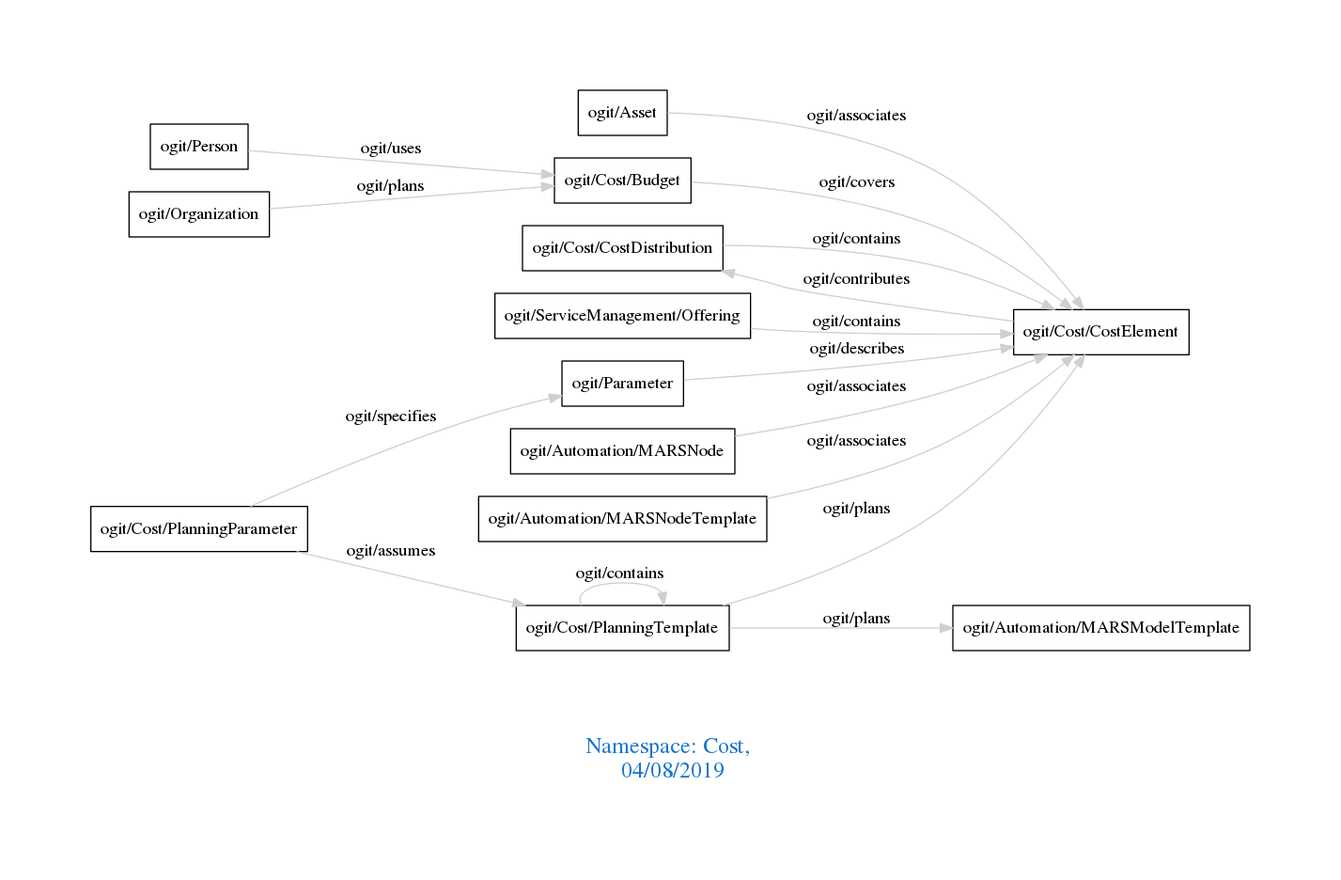
Before: downloads/Cost.png, a diagram exported from Graphviz (arago/OGIT). Its source is kept beside it as downloads/Cost.dot. Source of this version:
```dot
digraph OGIT_ontology {
 graph [ rankdir= LR,pad=1
fontsize = 18,
fontcolor= dodgerblue3,label = "\n\n\nNamespace: Cost, \n 04/08/2019"];
node[shape=polygon];
edge [  color="gray81"];

   "ogit/Cost/CostDistribution" -> "ogit/Cost/CostElement" [label="   ogit/contains    "];
   "ogit/ServiceManagement/Offering" -> "ogit/Cost/CostElement" [label="   ogit/contains    "];
   "ogit/Cost/PlanningParameter" -> "ogit/Parameter" [label="   ogit/specifies    "];
   "ogit/Cost/Budget" -> "ogit/Cost/CostElement" [label="   ogit/covers    "];
   "ogit/Parameter" -> "ogit/Cost/CostElement" [label="   ogit/describes    "];
   "ogit/Cost/CostElement" -> "ogit/Cost/CostDistribution" [label="   ogit/contributes    "];
   "ogit/Automation/MARSNode" -> "ogit/Cost/CostElement" [label="   ogit/associates    "];
   "ogit/Automation/MARSNodeTemplate" -> "ogit/Cost/CostElement" [label="   ogit/associates    "];
   "ogit/Asset" -> "ogit/Cost/CostElement" [label="   ogit/associates    "];
   "ogit/Person" -> "ogit/Cost/Budget" [label="   ogit/uses    "];
   "ogit/Cost/PlanningTemplate" -> "ogit/Automation/MARSModelTemplate" [label="   ogit/plans    "];
   "ogit/Cost/PlanningTemplate" -> "ogit/Cost/CostElement" [label="   ogit/plans    "];
   "ogit/Organization" -> "ogit/Cost/Budget" [label="   ogit/plans    "];
   "ogit/Cost/PlanningParameter" -> "ogit/Cost/PlanningTemplate" [label="   ogit/assumes    "];
   "ogit/Cost/PlanningTemplate" -> "ogit/Cost/PlanningTemplate" [label="   ogit/contains    "];
}
```
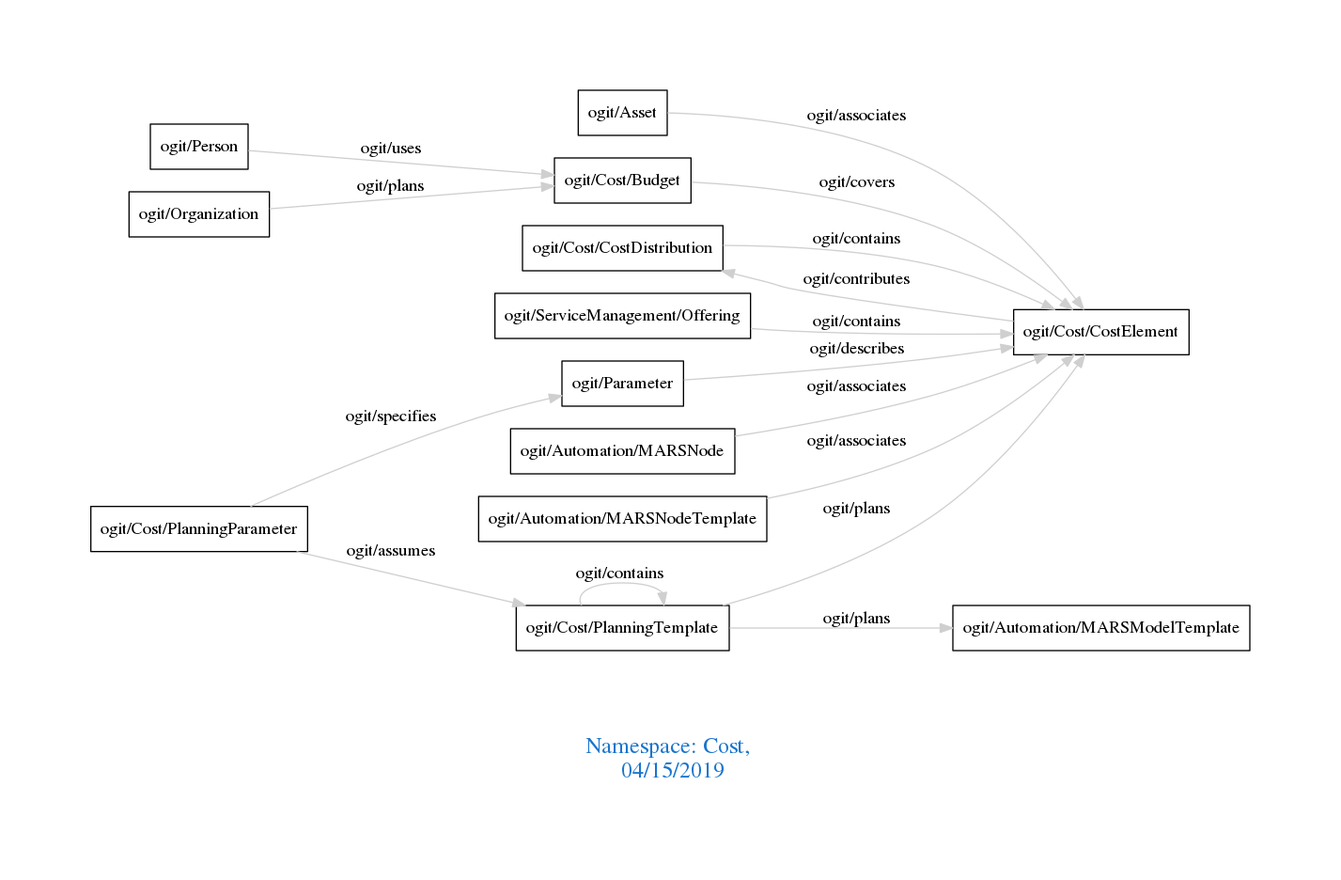
The same file after the commit.

What changed in the source:
```diff
@@ -1,7 +1,7 @@
 digraph OGIT_ontology {
  graph [ rankdir= LR,pad=1
 fontsize = 18,
-fontcolor= dodgerblue3,label = "\n\n\nNamespace: Cost, \n 04/08/2019"];
+fontcolor= dodgerblue3,label = "\n\n\nNamespace: Cost, \n 04/15/2019"];
 node[shape=polygon];
 edge [  color="gray81"];
 
```
